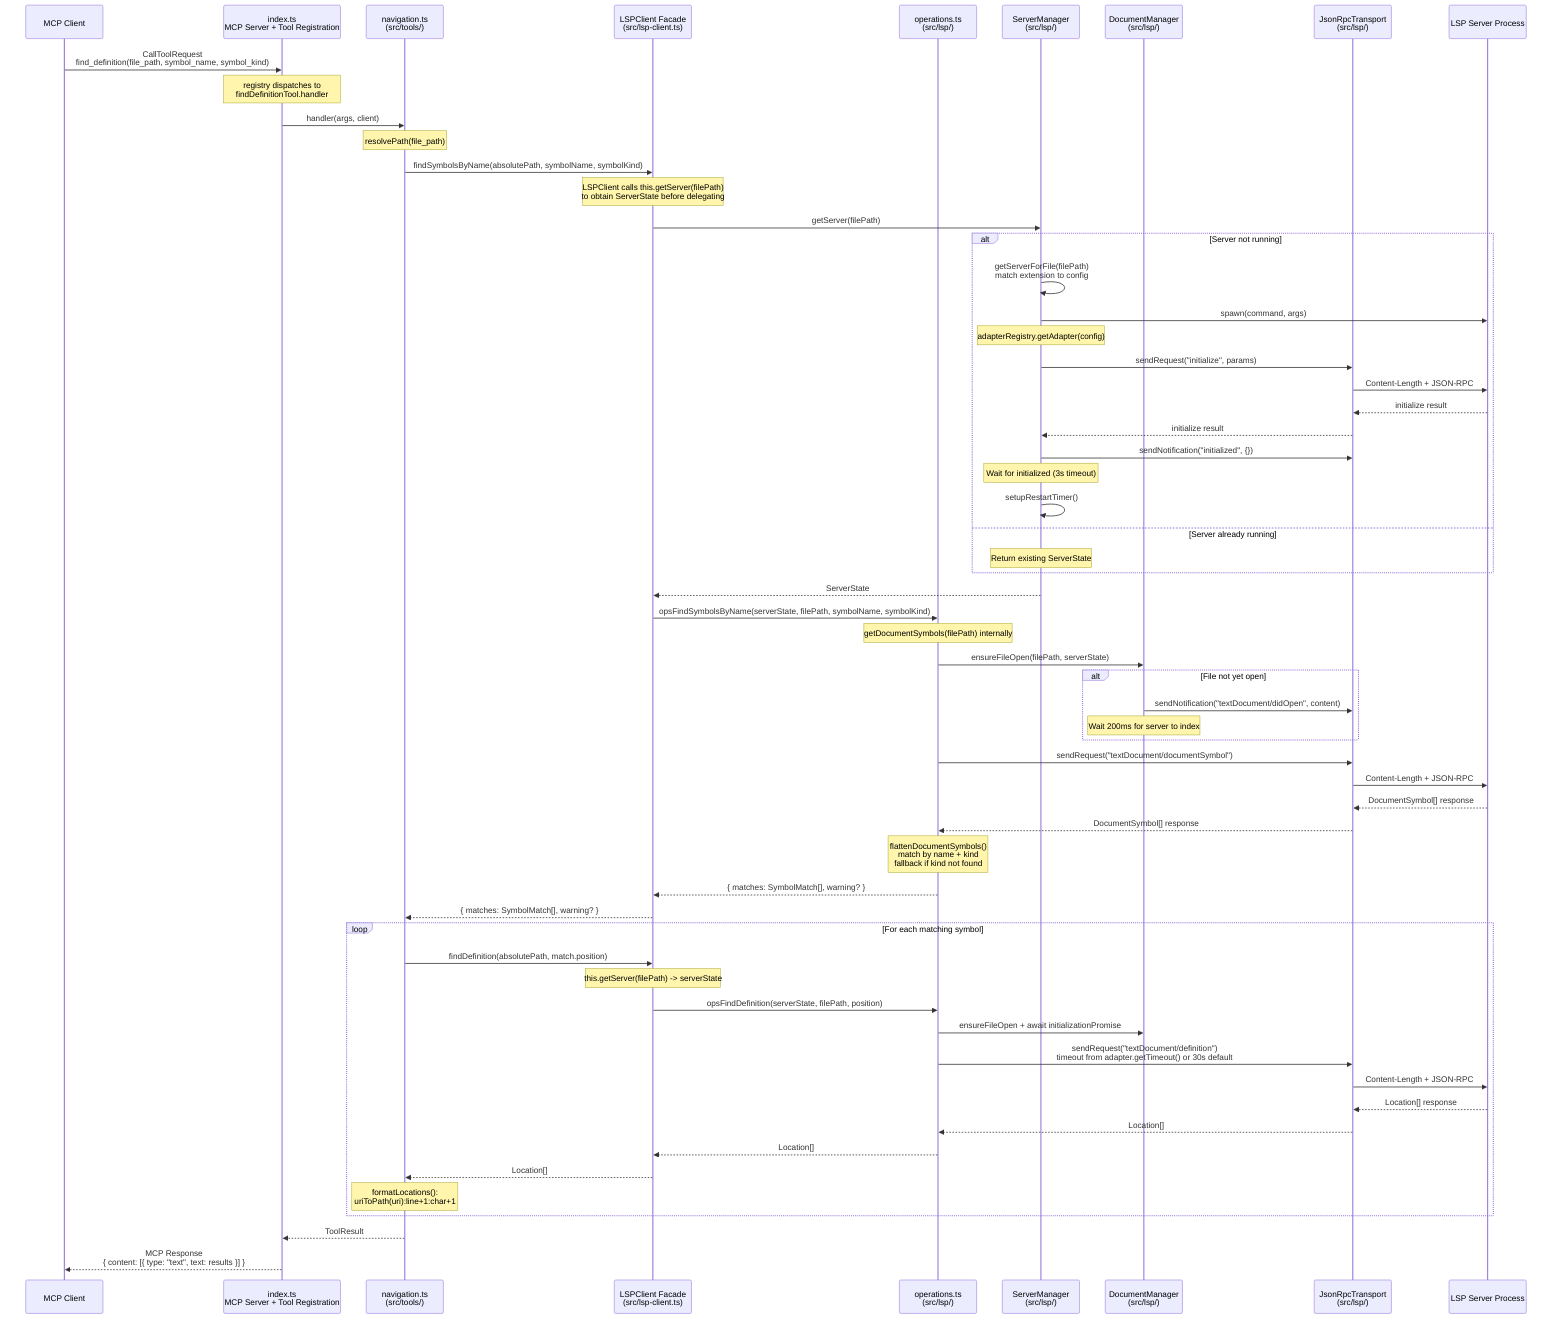
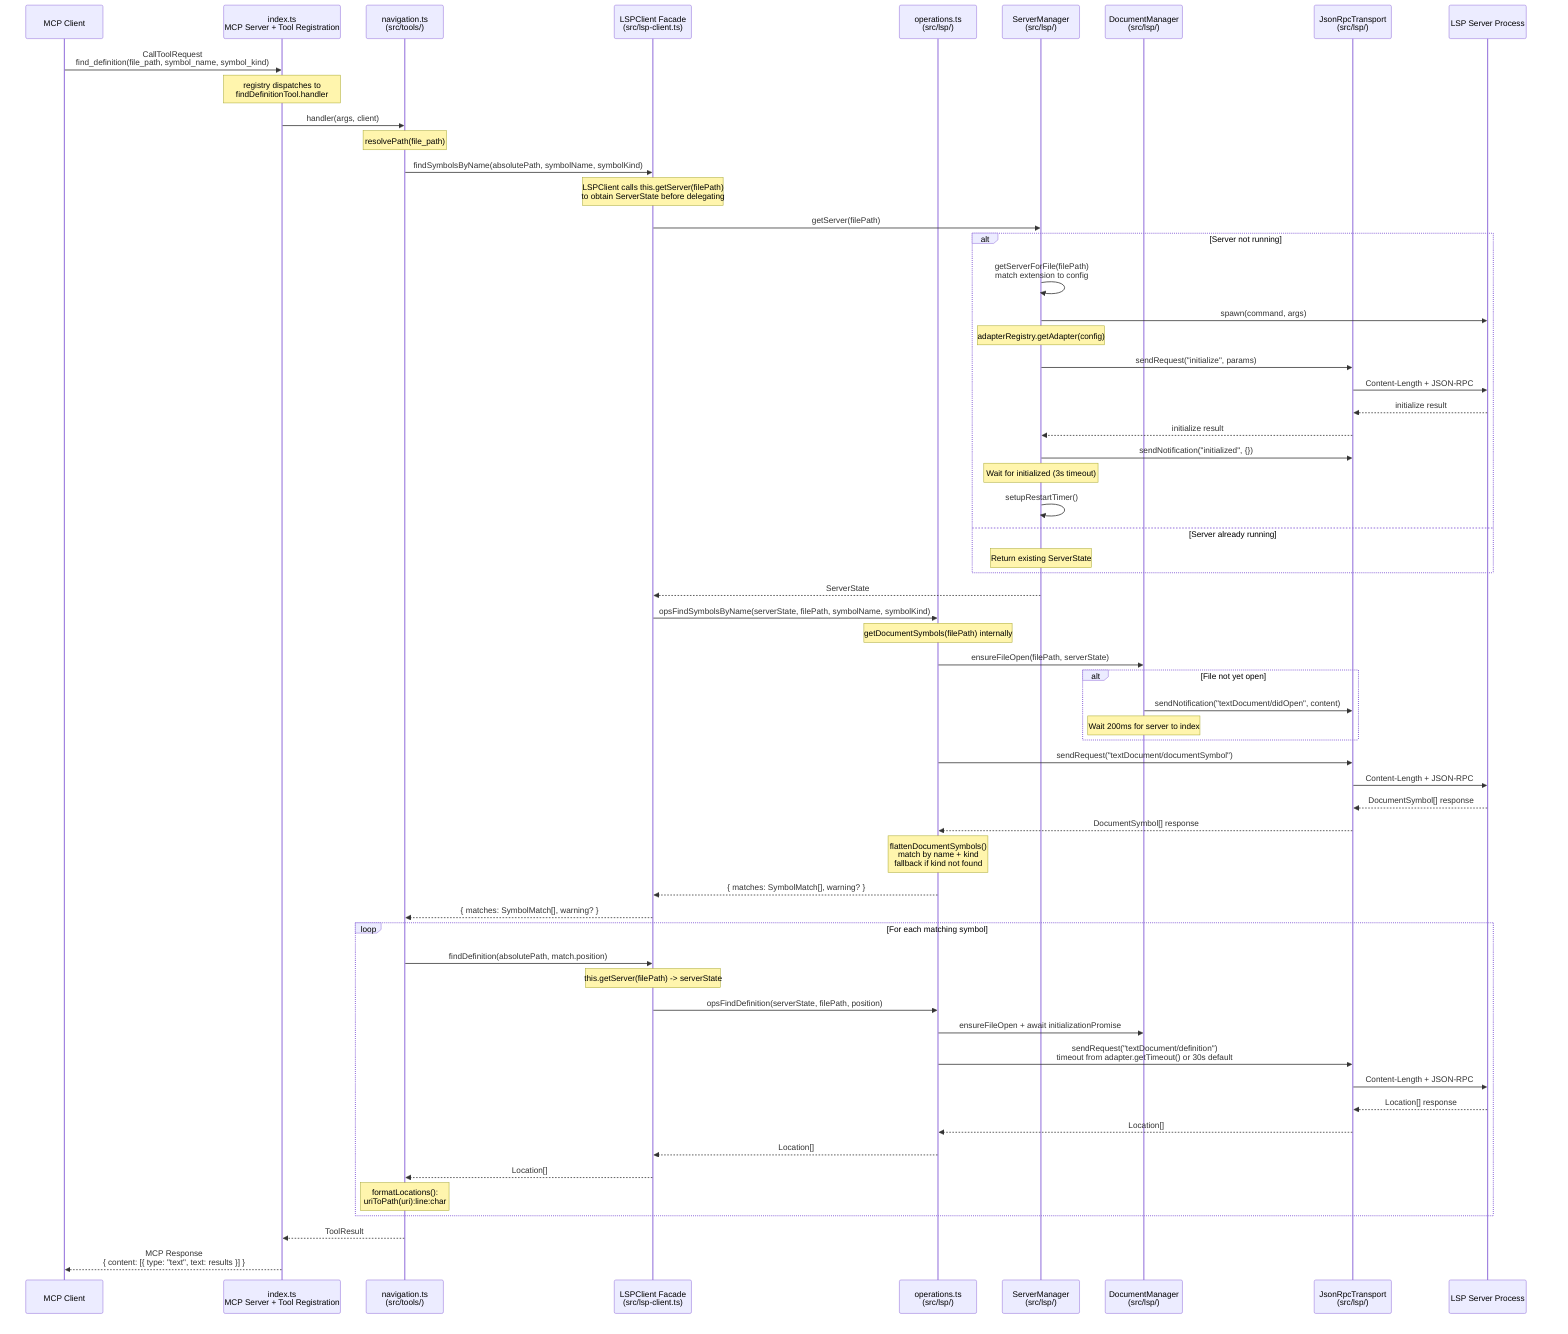
%% Sequence Diagram: find_definition flow (POST-REFACTOR)
%%
%% Shows the complete flow from MCP client request through symbol resolution
%% to LSP server interaction and response formatting.
%% Tool handler (src/tools/navigation.ts) delegates to LSPClient facade,
%% which delegates to operations.ts and ServerManager.

sequenceDiagram
    participant MC as MCP Client
    participant IT as index.ts<br/>MCP Server + Tool Registration
    participant TH as navigation.ts<br/>(src/tools/)
    participant LC as LSPClient Facade<br/>(src/lsp-client.ts)
    participant OP as operations.ts<br/>(src/lsp/)
    participant SM as ServerManager<br/>(src/lsp/)
    participant DM as DocumentManager<br/>(src/lsp/)
    participant TR as JsonRpcTransport<br/>(src/lsp/)
    participant LS as LSP Server Process

    MC->>IT: CallToolRequest<br/>find_definition(file_path, symbol_name, symbol_kind)

    Note over IT: registry dispatches to<br/>findDefinitionTool.handler

    IT->>TH: handler(args, client)
    Note over TH: resolvePath(file_path)

    TH->>LC: findSymbolsByName(absolutePath, symbolName, symbolKind)

    Note over LC: LSPClient calls this.getServer(filePath)<br/>to obtain ServerState before delegating

    LC->>SM: getServer(filePath)

    alt Server not running
        SM->>SM: getServerForFile(filePath)<br/>match extension to config
        SM->>LS: spawn(command, args)
        Note over SM: adapterRegistry.getAdapter(config)
        SM->>TR: sendRequest("initialize", params)
        TR->>LS: Content-Length + JSON-RPC
        LS-->>TR: initialize result
        TR-->>SM: initialize result
        SM->>TR: sendNotification("initialized", {})
        Note over SM: Wait for initialized (3s timeout)
        SM->>SM: setupRestartTimer()
    else Server already running
        Note over SM: Return existing ServerState
    end

    SM-->>LC: ServerState

    LC->>OP: opsFindSymbolsByName(serverState, filePath, symbolName, symbolKind)

    Note over OP: getDocumentSymbols(filePath) internally

    OP->>DM: ensureFileOpen(filePath, serverState)

    alt File not yet open
        DM->>TR: sendNotification("textDocument/didOpen", content)
        Note over DM: Wait 200ms for server to index
    end

    OP->>TR: sendRequest("textDocument/documentSymbol")
    TR->>LS: Content-Length + JSON-RPC
    LS-->>TR: DocumentSymbol[] response
    TR-->>OP: DocumentSymbol[] response

    Note over OP: flattenDocumentSymbols()<br/>match by name + kind<br/>fallback if kind not found

    OP-->>LC: { matches: SymbolMatch[], warning? }
    LC-->>TH: { matches: SymbolMatch[], warning? }

    loop For each matching symbol
        TH->>LC: findDefinition(absolutePath, match.position)
        Note over LC: this.getServer(filePath) -> serverState
        LC->>OP: opsFindDefinition(serverState, filePath, position)
        OP->>DM: ensureFileOpen + await initializationPromise
        OP->>TR: sendRequest("textDocument/definition")<br/>timeout from adapter.getTimeout() or 30s default
        TR->>LS: Content-Length + JSON-RPC
        LS-->>TR: Location[] response
        TR-->>OP: Location[]
        OP-->>LC: Location[]
        LC-->>TH: Location[]
-         Note over TH: formatLocations():<br/>uriToPath(uri):line+1:char+1
+         Note over TH: formatLocations():<br/>uriToPath(uri):line:char
    end

    TH-->>IT: ToolResult
    IT-->>MC: MCP Response<br/>{ content: [{ type: "text", text: results }] }
